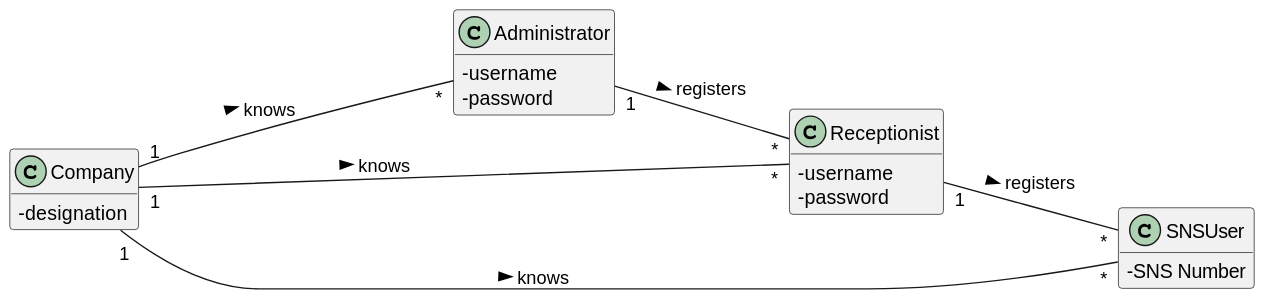
PedroMesquita1211171/VaccinationManager keeps this PlantUML diagram as docs/SprintB/US/US3/US003_MD.svg. Above is the earlier version. Its diagram source:
```plantuml
@startuml
hide methods
left to right direction
skinparam classAttributeIconSize 0


class Company {
  -designation
}

class Receptionist {
  -username
  -password
}

class SNSUser {
  -SNS Number
}

class Administrator {
  -username
  -password
}

Company "1"--"*" Receptionist : knows >
Company "1"---"*" SNSUser : knows >
Company "1"---"*" Administrator : knows >
Receptionist "1"--"*" SNSUser : registers >
Administrator "1"--"*" Receptionist : registers >






@enduml
```
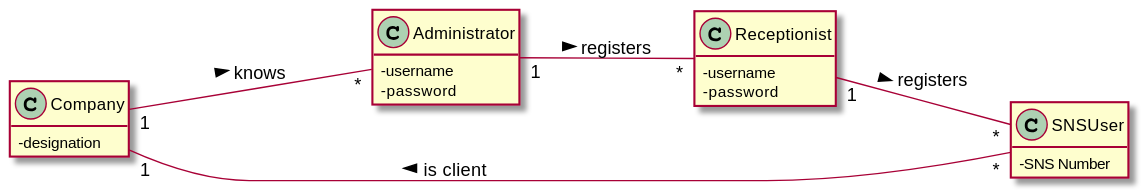
After the change.

What changed in the source:
```diff
@@ -22,8 +22,7 @@
   -password
 }
 
-Company "1"--"*" Receptionist : knows >
-Company "1"---"*" SNSUser : knows >
+SNSUser "*"---"1" Company : is client >
 Company "1"---"*" Administrator : knows >
 Receptionist "1"--"*" SNSUser : registers >
 Administrator "1"--"*" Receptionist : registers >
```
